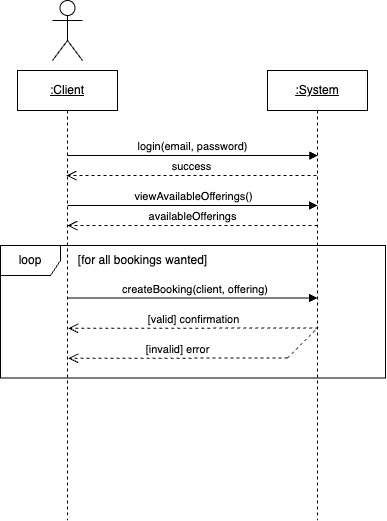
Before: artifacts/usecase-processbookings/process-bookings-ssd.png, a diagram exported from draw.io (vinishamanek/SOEN342). Source tidied: cells renumbered, new cells last; positions are measured from the earlier drawing's top-left corner, leaving out a move shared by most shapes.
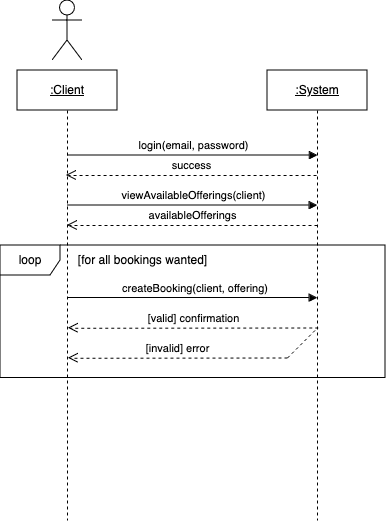
After the change.

Commit message:
Add detail to process bookings ssd

Change to the diagram source:
```diff
@@ -8,7 +8,7 @@
     <mxCell id="3" value="&lt;u&gt;:System&lt;/u&gt;" style="shape=umlLifeline;perimeter=lifelinePerimeter;whiteSpace=wrap;html=1;newEdgeStyle={&quot;edgeStyle&quot;:&quot;elbowEdgeStyle&quot;,&quot;elbow&quot;:&quot;vertical&quot;,&quot;curved&quot;:0,&quot;rounded&quot;:0};" parent="1" vertex="1">
       <mxGeometry x="267" y="70" width="100" height="450" as="geometry" />
     </mxCell>
-    <mxCell id="4" value="viewAvailableOfferings()" style="html=1;verticalAlign=bottom;endArrow=block;edgeStyle=elbowEdgeStyle;elbow=vertical;curved=0;rounded=0;" parent="1" edge="1">
+    <mxCell id="4" value="viewAvailableOfferings(client)" style="html=1;verticalAlign=bottom;endArrow=block;edgeStyle=elbowEdgeStyle;elbow=vertical;curved=0;rounded=0;" parent="1" edge="1">
       <mxGeometry x="0.01" relative="1" as="geometry">
         <mxPoint x="67" y="205" as="sourcePoint" />
         <mxPoint x="317" y="205" as="targetPoint" />
```
